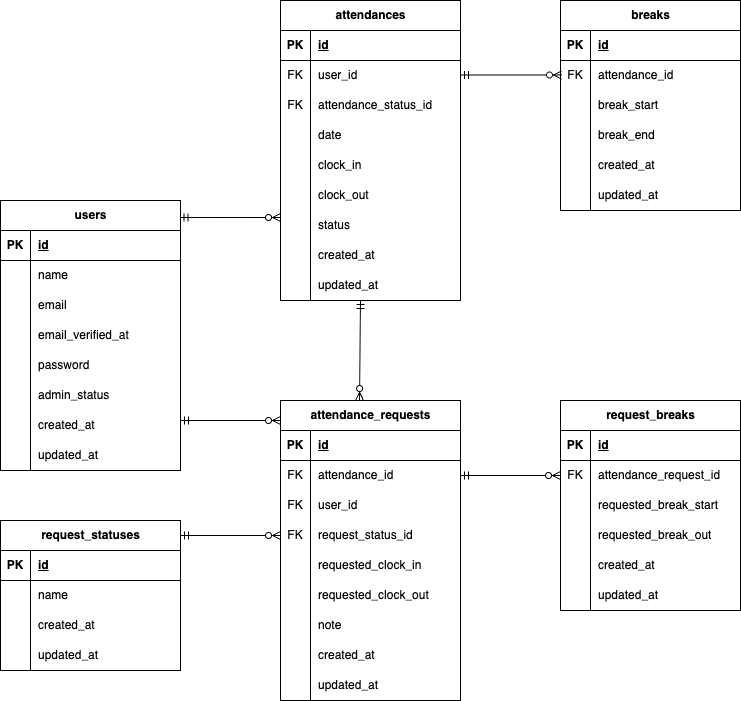
YumiOotake/Attendance-Management-test keeps this draw.io diagram as docs/er.drawio.png. Above is the earlier version. Source tidied: cells renumbered, new cells last; positions are measured from the earlier drawing's top-left corner, leaving out a move shared by most shapes.
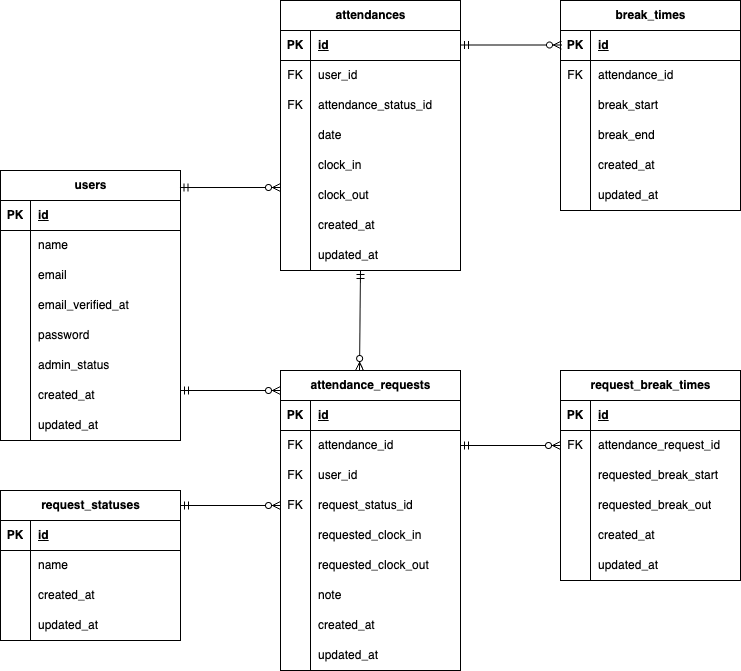
Above is the later version.

Diff of the diagram source:
```diff
@@ -78,7 +78,7 @@
       <mxGeometry x="30" width="150" height="30" as="geometry" />
     </mxCell>
     <mxCell id="27" value="attendances" style="shape=table;startSize=30;rowLines=0;fontStyle=1;align=center;html=1;" parent="1" vertex="1">
-      <mxGeometry x="280" width="180" height="300" as="geometry" />
+      <mxGeometry x="280" y="30" width="180" height="270" as="geometry" />
     </mxCell>
     <mxCell id="28" style="shape=tableRow;horizontal=0;startSize=0;swimlaneHead=0;swimlaneBody=0;fillColor=none;top=0;left=0;right=0;bottom=1;" parent="27" vertex="1">
       <mxGeometry y="30" width="180" height="30" as="geometry" />
@@ -134,17 +134,8 @@
     <mxCell id="45" value="clock_out" style="shape=partialRectangle;fillColor=none;top=0;left=0;bottom=0;right=0;align=left;spacingLeft=6;overflow=hidden;whiteSpace=wrap;html=1;" parent="43" vertex="1">
       <mxGeometry x="30" width="150" height="30" as="geometry" />
     </mxCell>
-    <mxCell id="46" style="shape=tableRow;horizontal=0;startSize=0;swimlaneHead=0;swimlaneBody=0;fillColor=none;top=0;left=0;right=0;bottom=0;" parent="27" vertex="1">
-      <mxGeometry y="210" width="180" height="30" as="geometry" />
-    </mxCell>
-    <mxCell id="47" style="shape=partialRectangle;fillColor=none;top=0;left=0;bottom=0;right=0;overflow=hidden;whiteSpace=wrap;html=1;" parent="46" vertex="1">
-      <mxGeometry width="30" height="30" as="geometry" />
-    </mxCell>
-    <mxCell id="48" value="status" style="shape=partialRectangle;fillColor=none;top=0;left=0;bottom=0;right=0;align=left;spacingLeft=6;overflow=hidden;whiteSpace=wrap;html=1;" parent="46" vertex="1">
-      <mxGeometry x="30" width="150" height="30" as="geometry" />
-    </mxCell>
     <mxCell id="49" style="shape=tableRow;horizontal=0;startSize=0;swimlaneHead=0;swimlaneBody=0;fillColor=none;top=0;left=0;right=0;bottom=0;" parent="27" vertex="1">
-      <mxGeometry y="240" width="180" height="30" as="geometry" />
+      <mxGeometry y="210" width="180" height="30" as="geometry" />
     </mxCell>
     <mxCell id="50" style="shape=partialRectangle;fillColor=none;top=0;left=0;bottom=0;right=0;overflow=hidden;whiteSpace=wrap;html=1;" parent="49" vertex="1">
       <mxGeometry width="30" height="30" as="geometry" />
@@ -153,7 +144,7 @@
       <mxGeometry x="30" width="150" height="30" as="geometry" />
     </mxCell>
     <mxCell id="52" style="shape=tableRow;horizontal=0;startSize=0;swimlaneHead=0;swimlaneBody=0;fillColor=none;top=0;left=0;right=0;bottom=0;" parent="27" vertex="1">
-      <mxGeometry y="270" width="180" height="30" as="geometry" />
+      <mxGeometry y="240" width="180" height="30" as="geometry" />
     </mxCell>
     <mxCell id="53" style="shape=partialRectangle;fillColor=none;top=0;left=0;bottom=0;right=0;overflow=hidden;whiteSpace=wrap;html=1;" parent="52" vertex="1">
       <mxGeometry width="30" height="30" as="geometry" />
@@ -284,7 +275,7 @@
     <mxCell id="95" value="&lt;span style=&quot;color: rgb(0, 0, 0);&quot;&gt;updated_at&lt;/span&gt;" style="shape=partialRectangle;fillColor=none;top=0;left=0;bottom=0;right=0;align=left;spacingLeft=6;overflow=hidden;whiteSpace=wrap;html=1;" parent="93" vertex="1">
       <mxGeometry x="30" width="150" height="30" as="geometry" />
     </mxCell>
-    <mxCell id="96" value="request_breaks" style="shape=table;startSize=30;rowLines=0;fontStyle=1;align=center;html=1;" parent="1" vertex="1">
+    <mxCell id="96" value="request_break_times" style="shape=table;startSize=30;rowLines=0;fontStyle=1;align=center;html=1;" parent="1" vertex="1">
       <mxGeometry x="560" y="400" width="180" height="210" as="geometry" />
     </mxCell>
     <mxCell id="97" style="shape=tableRow;horizontal=0;startSize=0;swimlaneHead=0;swimlaneBody=0;fillColor=none;top=0;left=0;right=0;bottom=1;" parent="96" vertex="1">
@@ -341,8 +332,8 @@
     <mxCell id="114" value="&lt;span style=&quot;color: rgb(0, 0, 0);&quot;&gt;updated_at&lt;/span&gt;" style="shape=partialRectangle;fillColor=none;top=0;left=0;bottom=0;right=0;align=left;spacingLeft=6;overflow=hidden;whiteSpace=wrap;html=1;" parent="112" vertex="1">
       <mxGeometry x="30" width="150" height="30" as="geometry" />
     </mxCell>
-    <mxCell id="115" value="breaks" style="shape=table;startSize=30;rowLines=0;fontStyle=1;align=center;html=1;" parent="1" vertex="1">
-      <mxGeometry x="560" width="180" height="210" as="geometry" />
+    <mxCell id="115" value="break_times" style="shape=table;startSize=30;rowLines=0;fontStyle=1;align=center;html=1;" parent="1" vertex="1">
+      <mxGeometry x="560" y="30" width="180" height="210" as="geometry" />
     </mxCell>
     <mxCell id="116" style="shape=tableRow;horizontal=0;startSize=0;swimlaneHead=0;swimlaneBody=0;fillColor=none;top=0;left=0;right=0;bottom=1;" parent="115" vertex="1">
       <mxGeometry y="30" width="180" height="30" as="geometry" />
```
